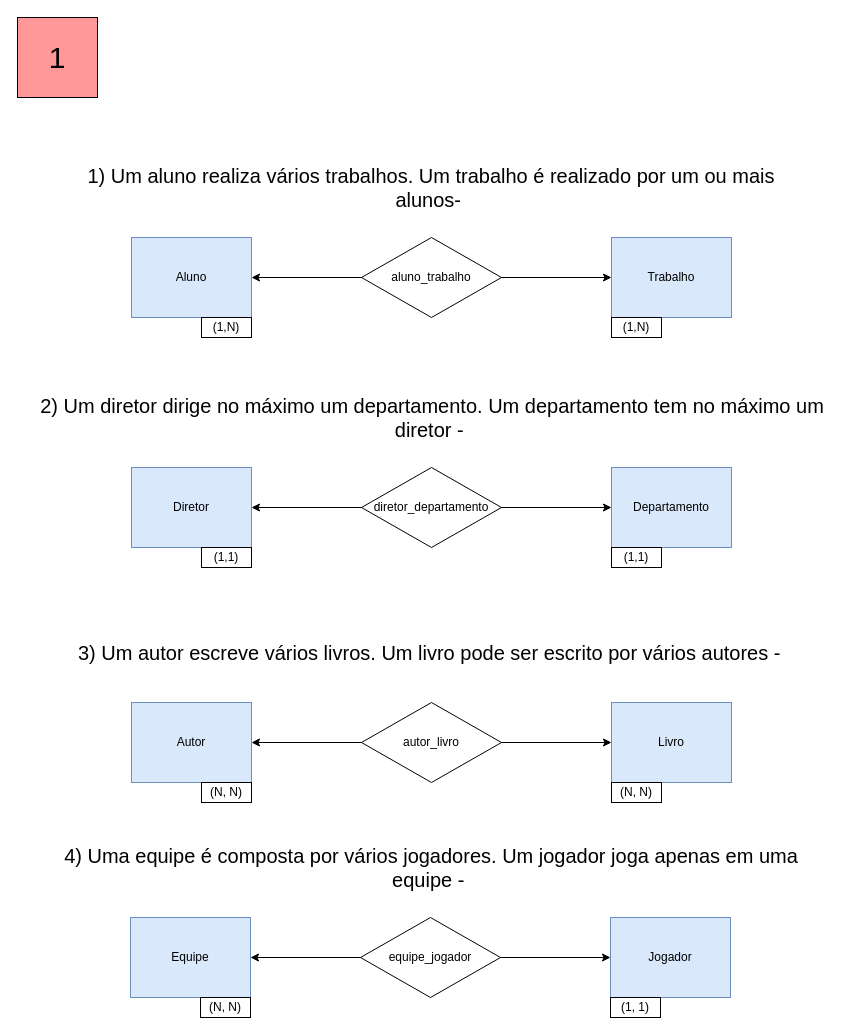
Earlier version of the draw.io diagram BancoDeDados01.drawio (Mendeiros/ExerciciosSegSemestre). Source tidied: cells renumbered, new cells numbered last; positions are measured from the earlier drawing's top-left corner, leaving out a move shared by most shapes. Both pictures are drawn from the tidied source at 100%, with x=0, y=0 at pixel (17, 17).
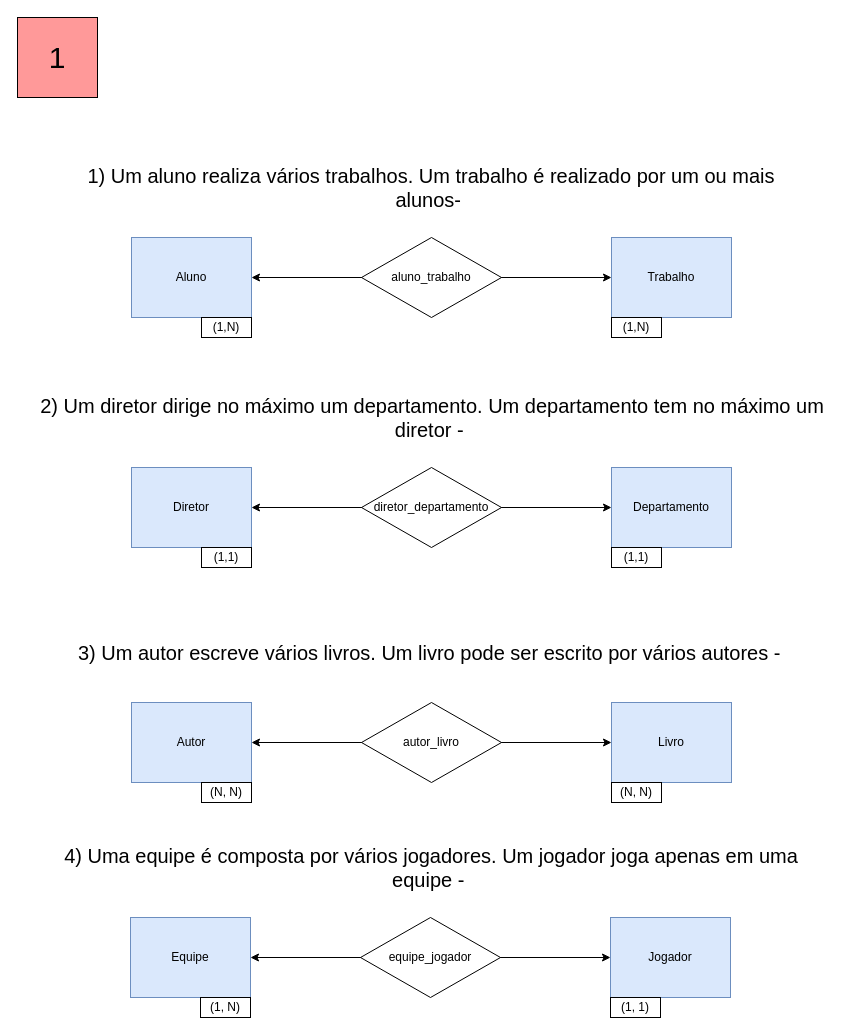
The same diagram, later.

Change to the diagram source:
```diff
@@
-    <mxCell id="28" value="(N, N)" style="rounded=0;whiteSpace=wrap;html=1;" parent="1" vertex="1">
+    <mxCell id="28" value="(1, N)" style="rounded=0;whiteSpace=wrap;html=1;" parent="1" vertex="1">
       <mxGeometry x="183" y="980" width="50" height="20" as="geometry" />
     </mxCell>
```
